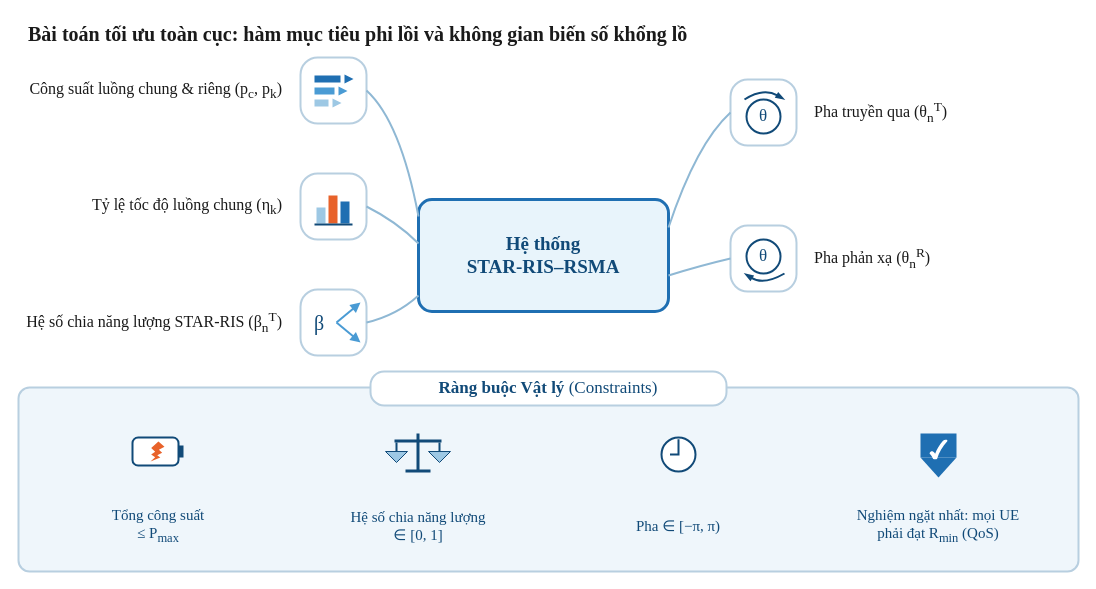
Above: thesis/figures/drawio/chapter2/chapter2_fig03_optimization_variables_constraints.drawio in Juliolayme/STAR_RIS_RSMA_TD3 (draw.io), before the change. Source tidied: cells renumbered, new cells numbered last; positions are measured from the earlier drawing's top-left corner, leaving out a move shared by most shapes. Both pictures are drawn from the tidied source at 100%, with x=0, y=0 at pixel (18, 17).
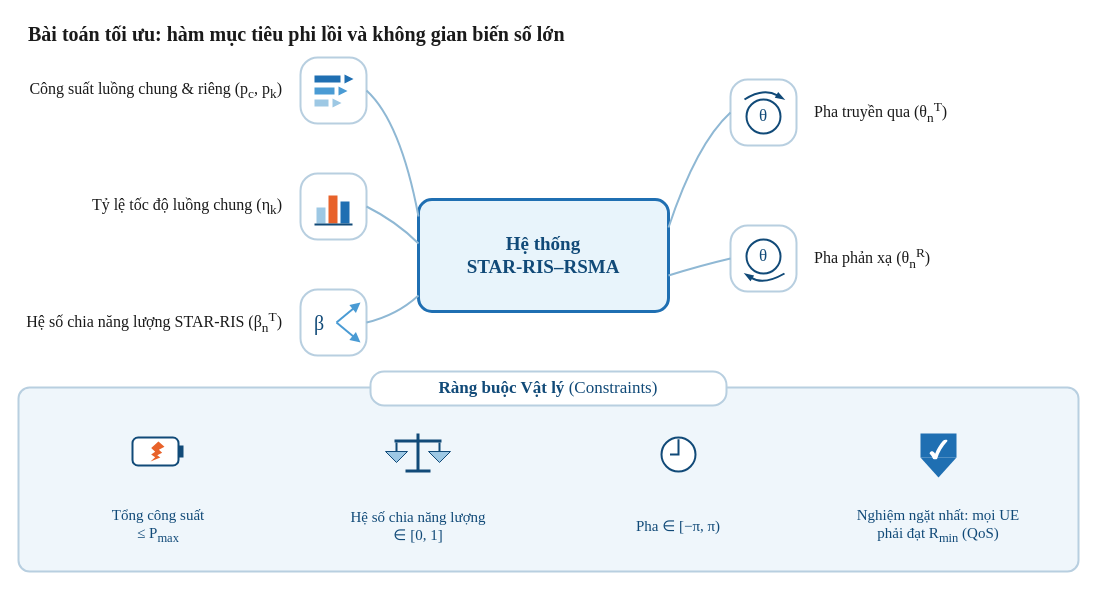
The same page after the edit.

Commit message (it also covers changes not shown here):
Tighten wording in figures 1.1 and 2.3

Change to the diagram source:
```diff
@@
-    <mxCell id="2" value="Bài toán tối ưu toàn cục: hàm mục tiêu phi lồi và không gian biến số khổng lồ" style="text;html=1;strokeColor=none;fillColor=none;align=left;verticalAlign=middle;whiteSpace=wrap;fontFamily=Times New Roman;fontSize=20;fontColor=#1A1A1A;fontStyle=1;" parent="1" vertex="1">
+    <mxCell id="2" value="Bài toán tối ưu: hàm mục tiêu phi lồi và không gian biến số lớn" style="text;html=1;strokeColor=none;fillColor=none;align=left;verticalAlign=middle;whiteSpace=wrap;fontFamily=Times New Roman;fontSize=20;fontColor=#1A1A1A;fontStyle=1;" parent="1" vertex="1">
       <mxGeometry x="8" width="1044" height="32" as="geometry" />
     </mxCell>
```
